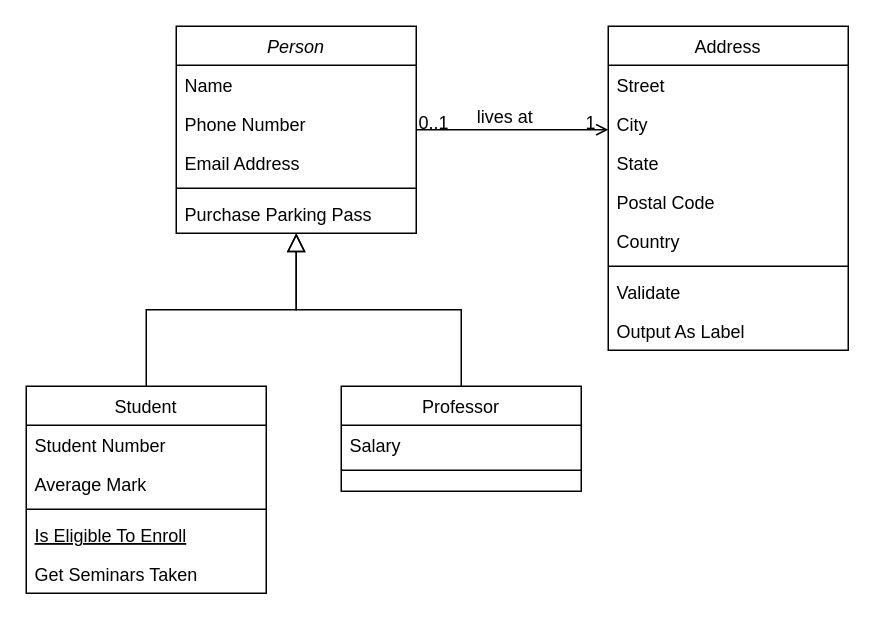
Rickard75/Rickard75 keeps this draw.io diagram as Diagramma senza titolo.drawio. Above is the earlier version. Source tidied: cells renumbered, new cells numbered last; positions are measured from the earlier drawing's top-left corner, leaving out a move shared by most shapes. Both pictures are drawn from the tidied source at 150%, with x=0, y=0 at pixel (26, 26).
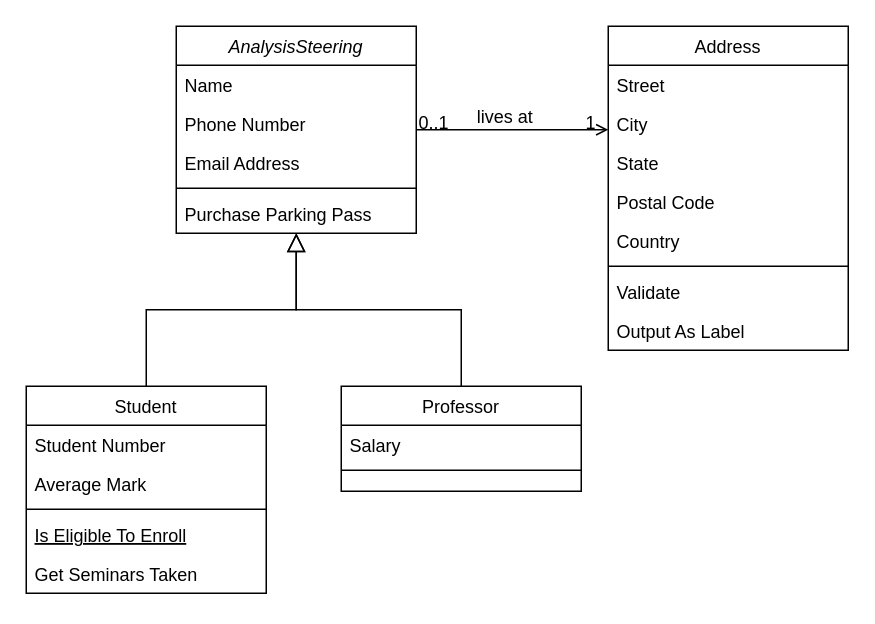
After the change.

Change to the diagram source:
```diff
@@
-    <mxCell id="2" value="Person" style="swimlane;fontStyle=2;align=center;verticalAlign=top;horizontal=1;startSize=26;rounded=0;shadow=0;strokeWidth=1;" parent="1" vertex="1">
+    <mxCell id="2" value="AnalysisSteering" style="swimlane;fontStyle=2;align=center;verticalAlign=top;horizontal=1;startSize=26;rounded=0;shadow=0;strokeWidth=1;" parent="1" vertex="1">
       <mxGeometry x="100" width="160" height="138" as="geometry" />
     </mxCell>
```
